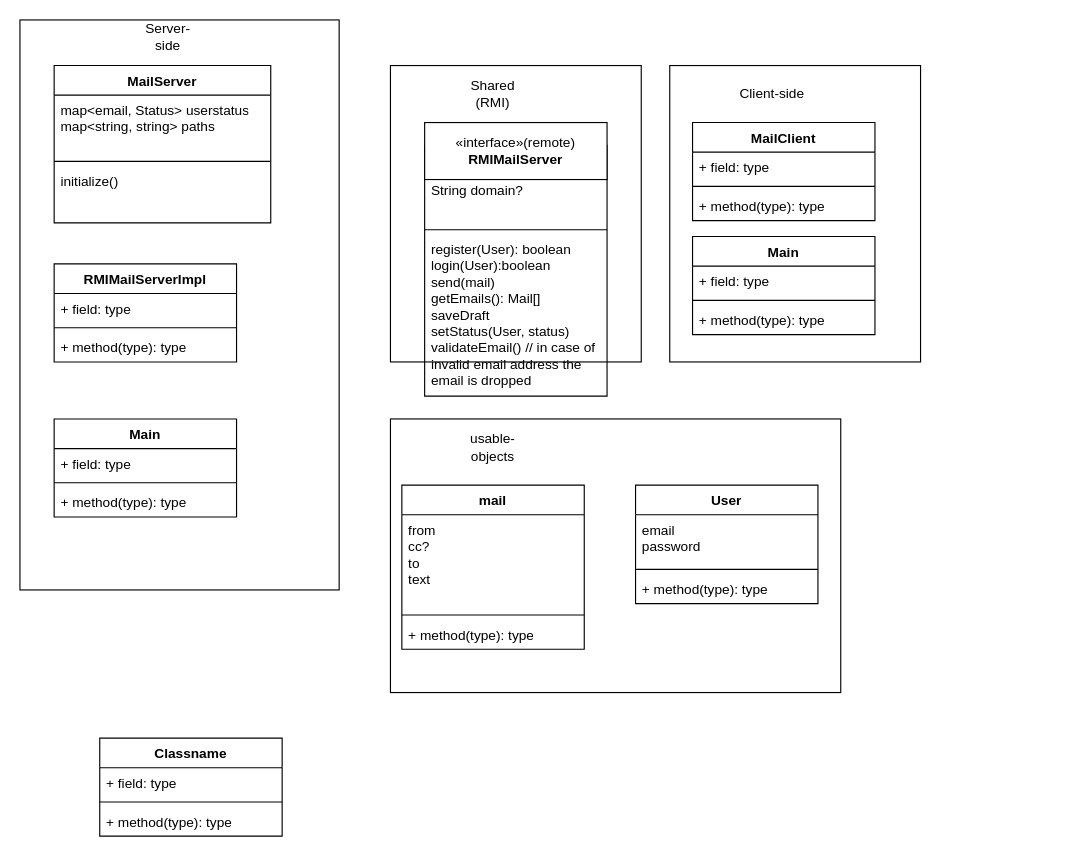
Earlier version of the draw.io diagram src/main/java/anthony/catmail.drawio.drawio (GIN-527-2024/CatMail). Source tidied: cells renumbered, new cells numbered last; positions are measured from the earlier drawing's top-left corner, leaving out a move shared by most shapes. Both pictures are drawn from the tidied source at 114%, with x=0, y=0 at pixel (19, 19).
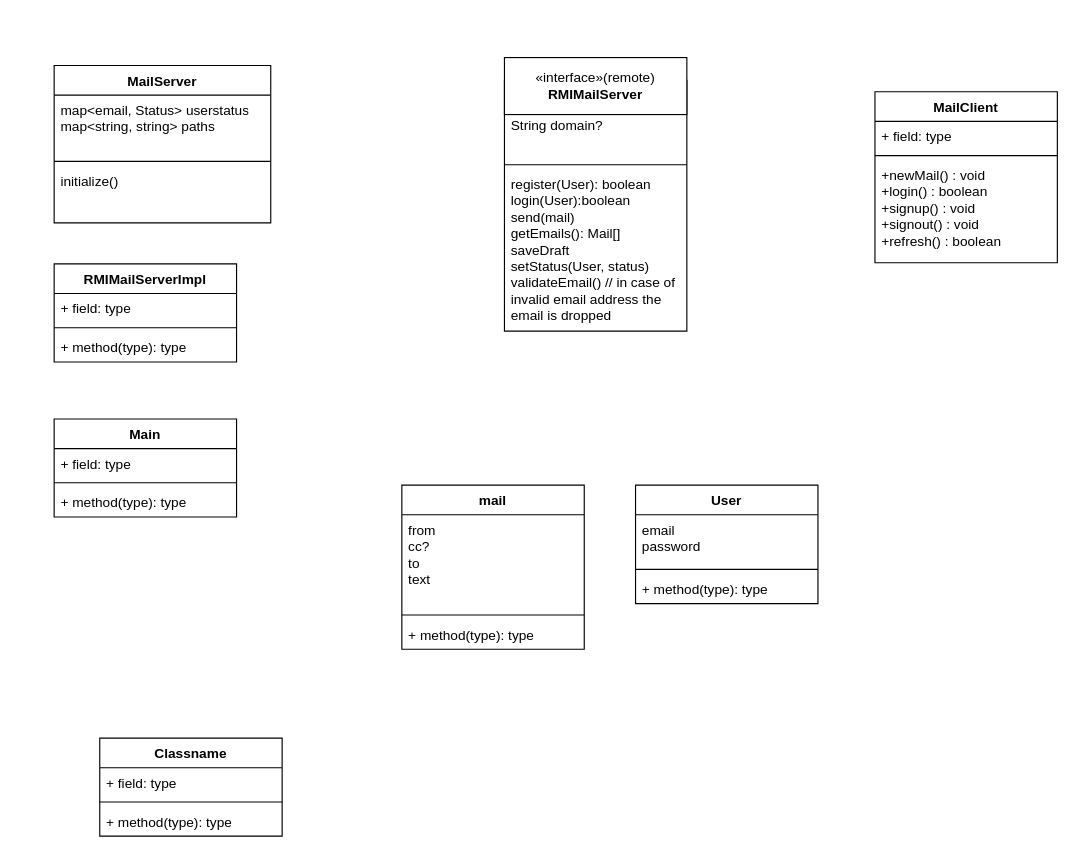
The same page after the edit.

Diff of the diagram source:
```diff
@@
-    <mxCell id="2" style="rounded=0;whiteSpace=wrap;html=1;" parent="1" vertex="1">
-      <mxGeometry x="325" y="350" width="395" height="240" as="geometry" />
-    </mxCell>
-    <mxCell id="3" value="usable-objects" style="text;html=1;align=center;verticalAlign=middle;whiteSpace=wrap;rounded=0;" parent="1" vertex="1">
-      <mxGeometry x="385" y="360" width="60" height="30" as="geometry" />
-    </mxCell>
-    <mxCell id="4" style="rounded=0;whiteSpace=wrap;html=1;" parent="1" vertex="1">
-      <mxGeometry x="570" y="40" width="220" height="260" as="geometry" />
-    </mxCell>
-    <mxCell id="5" value="Client-side" style="text;html=1;align=center;verticalAlign=middle;whiteSpace=wrap;rounded=0;" parent="1" vertex="1">
-      <mxGeometry x="630" y="50" width="60" height="30" as="geometry" />
-    </mxCell>
-    <mxCell id="6" style="rounded=0;whiteSpace=wrap;html=1;" parent="1" vertex="1">
-      <mxGeometry x="325" y="40" width="220" height="260" as="geometry" />
-    </mxCell>
-    <mxCell id="7" style="rounded=0;whiteSpace=wrap;html=1;" parent="1" vertex="1">
-      <mxGeometry width="280" height="500" as="geometry" />
-    </mxCell>
     <mxCell id="8" style="swimlane;fontStyle=1;align=center;verticalAlign=top;horizontal=1;startSize=26;whiteSpace=wrap;html=1;" parent="1" vertex="1">
-      <mxGeometry x="355" y="110" width="160" height="220" as="geometry" />
+      <mxGeometry x="425" y="53" width="160" height="220" as="geometry" />
     </mxCell>
@@
     <mxCell id="16" value="«interface»(remote)&lt;br&gt;&lt;b&gt;RMIMailServer&lt;/b&gt;" style="html=1;whiteSpace=wrap;" parent="1" vertex="1">
-      <mxGeometry x="355" y="90" width="160" height="50" as="geometry" />
+      <mxGeometry x="425" y="33" width="160" height="50" as="geometry" />
     </mxCell>
@@
     <mxCell id="29" value="MailClient" style="swimlane;fontStyle=1;align=center;verticalAlign=top;horizontal=1;startSize=26;whiteSpace=wrap;html=1;" parent="1" vertex="1">
-      <mxGeometry x="590" y="90" width="160" height="86" as="geometry" />
+      <mxGeometry x="750" y="63" width="160" height="150" as="geometry" />
     </mxCell>
@@
-    <mxCell id="32" value="+ method(type): type" style="text;strokeColor=none;fillColor=none;align=left;verticalAlign=top;spacingLeft=4;spacingRight=4;overflow=hidden;whiteSpace=wrap;html=1;" parent="29" vertex="1">
-      <mxGeometry y="60" width="160" height="26" as="geometry" />
+    <mxCell id="32" value="+newMail() : void&lt;div&gt;+login() : boolean&lt;/div&gt;&lt;div&gt;+signup() : void&lt;/div&gt;&lt;div&gt;+signout() : void&lt;/div&gt;&lt;div&gt;+refresh() : boolean&lt;/div&gt;" style="text;strokeColor=none;fillColor=none;align=left;verticalAlign=top;spacingLeft=4;spacingRight=4;overflow=hidden;whiteSpace=wrap;html=1;" parent="29" vertex="1">
+      <mxGeometry y="60" width="160" height="90" as="geometry" />
     </mxCell>
-    <mxCell id="33" value="Shared (RMI)" style="text;html=1;align=center;verticalAlign=middle;whiteSpace=wrap;rounded=0;" parent="1" vertex="1">
-      <mxGeometry x="385" y="50" width="60" height="30" as="geometry" />
-    </mxCell>
-    <mxCell id="34" value="Server-side" style="text;html=1;align=center;verticalAlign=middle;whiteSpace=wrap;rounded=0;" parent="1" vertex="1">
-      <mxGeometry x="100" width="60" height="30" as="geometry" />
-    </mxCell>
@@
-    <mxCell id="39" value="Main" style="swimlane;fontStyle=1;align=center;verticalAlign=top;horizontal=1;startSize=26;whiteSpace=wrap;html=1;" parent="1" vertex="1">
-      <mxGeometry x="590" y="190" width="160" height="86" as="geometry" />
-    </mxCell>
-    <mxCell id="40" value="+ field: type" style="text;strokeColor=none;fillColor=none;align=left;verticalAlign=top;spacingLeft=4;spacingRight=4;overflow=hidden;whiteSpace=wrap;html=1;" parent="39" vertex="1">
-      <mxGeometry y="26" width="160" height="26" as="geometry" />
-    </mxCell>
-    <mxCell id="41" style="line;strokeWidth=1;fillColor=none;align=left;verticalAlign=middle;spacingTop=-1;spacingLeft=3;spacingRight=3;labelPosition=right;strokeColor=inherit;" parent="39" vertex="1">
-      <mxGeometry y="52" width="160" height="8" as="geometry" />
-    </mxCell>
-    <mxCell id="42" value="+ method(type): type" style="text;strokeColor=none;fillColor=none;align=left;verticalAlign=top;spacingLeft=4;spacingRight=4;overflow=hidden;whiteSpace=wrap;html=1;" parent="39" vertex="1">
-      <mxGeometry y="60" width="160" height="26" as="geometry" />
-    </mxCell>
```
